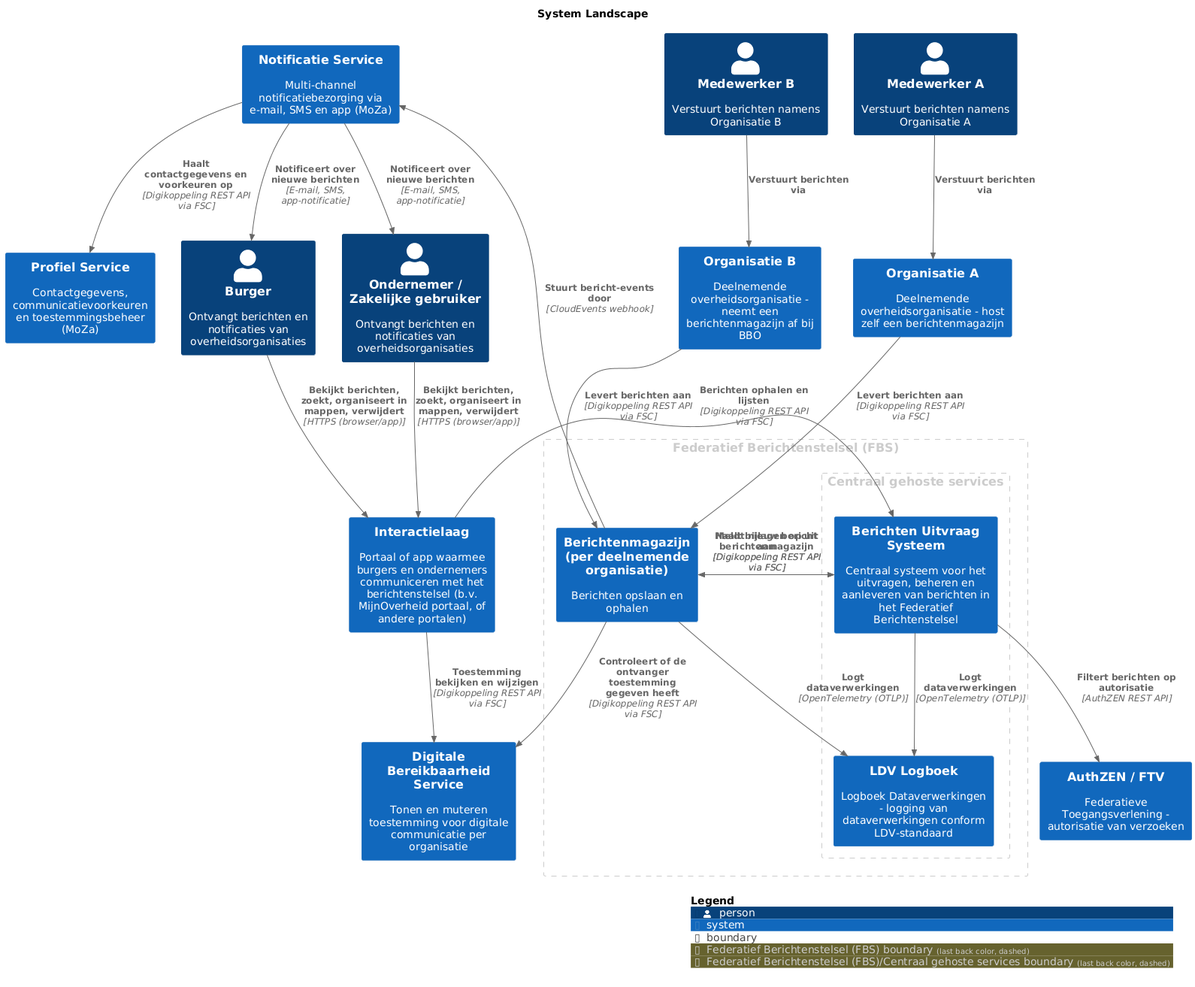
Earlier version of the PlantUML export master/png/SystemLandscape.png (MinBZK/moza-poc-fbs-berichtenbox).
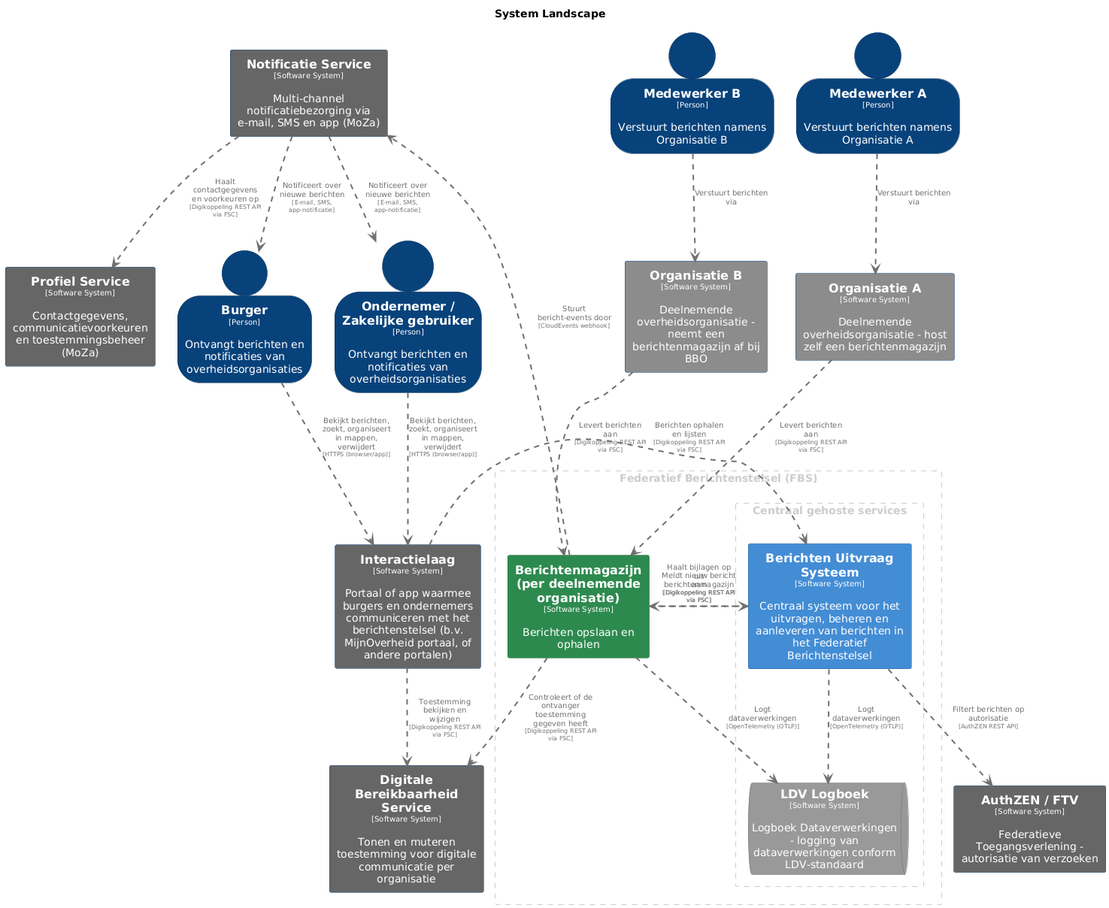
The same file after the commit.

Change to the diagram source:
```diff
@@ -3,51 +3,148 @@
 title System Landscape
 
 top to bottom direction
+skinparam ranksep 60
+skinparam nodesep 30
 
-!include <C4/C4>
-!include <C4/C4_Context>
+skinparam {
+  arrowFontSize 10
+  defaultTextAlignment center
+  wrapWidth 200
+  maxMessageSize 100
+}
 
-AddBoundaryTag("Federatief Berichtenstelsel (FBS)", $borderColor="#cccccc", $fontColor="#cccccc", $borderStyle="dashed")
-Boundary(group_1, "Federatief Berichtenstelsel (FBS)", $tags="Federatief Berichtenstelsel (FBS)") {
-  System(Berichtenmagazijnperdeelnemendeorganisatie, "Berichtenmagazijn (per deelnemende organisatie)", $descr="Berichten opslaan en ophalen", $tags="", $link="")
-    AddBoundaryTag("Federatief Berichtenstelsel (FBS)/Centraal gehoste services", $borderColor="#cccccc", $fontColor="#cccccc", $borderStyle="dashed")
-    Boundary(group_2, "Centraal gehoste services", $tags="Federatief Berichtenstelsel (FBS)/Centraal gehoste services") {
-      System(BerichtenUitvraagSysteem, "Berichten Uitvraag Systeem", $descr="Centraal systeem voor het uitvragen, beheren en aanleveren van berichten in het Federatief Berichtenstelsel", $tags="", $link="")
-      System(LDVLogboek, "LDV Logboek", $descr="Logboek Dataverwerkingen - logging van dataverwerkingen conform LDV-standaard", $tags="", $link="")
+hide stereotype
+
+skinparam rectangle<<AuthZENFTV>> {
+  BackgroundColor #666666
+  FontColor #ffffff
+  BorderColor #0b4884
+  shadowing false
+}
+skinparam rectangle<<BerichtenUitvraagSysteem>> {
+  BackgroundColor #438dd5
+  FontColor #ffffff
+  BorderColor #2e6295
+  shadowing false
+}
+skinparam rectangle<<Berichtenmagazijnperdeelnemendeorganisatie>> {
+  BackgroundColor #2d8a4e
+  FontColor #ffffff
+  BorderColor #1e6b38
+  shadowing false
+}
+skinparam person<<Burger>> {
+  BackgroundColor #08427b
+  FontColor #ffffff
+  BorderColor #052e56
+  shadowing false
+}
+skinparam rectangle<<DigitaleBereikbaarheidService>> {
+  BackgroundColor #666666
+  FontColor #ffffff
+  BorderColor #0b4884
+  shadowing false
+}
+skinparam rectangle<<Interactielaag>> {
+  BackgroundColor #666666
+  FontColor #ffffff
+  BorderColor #0b4884
+  shadowing false
+}
+skinparam queue<<LDVLogboek>> {
+  BackgroundColor #999999
+  FontColor #ffffff
+  BorderColor #6b6b6b
+  shadowing false
+}
+skinparam person<<MedewerkerA>> {
+  BackgroundColor #08427b
+  FontColor #ffffff
+  BorderColor #052e56
+  shadowing false
+}
+skinparam person<<MedewerkerB>> {
+  BackgroundColor #08427b
+  FontColor #ffffff
+  BorderColor #052e56
+  shadowing false
+}
+skinparam rectangle<<NotificatieService>> {
+  BackgroundColor #666666
+  FontColor #ffffff
+  BorderColor #0b4884
+  shadowing false
+}
+skinparam person<<OndernemerZakelijkegebruiker>> {
+  BackgroundColor #08427b
+  FontColor #ffffff
+  BorderColor #052e56
+  shadowing false
+}
+skinparam rectangle<<OrganisatieA>> {
+  BackgroundColor #8c8c8c
+  FontColor #ffffff
+  BorderColor #0b4884
+  shadowing false
+}
+skinparam rectangle<<OrganisatieB>> {
+  BackgroundColor #8c8c8c
+  FontColor #ffffff
+  BorderColor #0b4884
+  shadowing false
+}
+skinparam rectangle<<ProfielService>> {
+  BackgroundColor #666666
+  FontColor #ffffff
+  BorderColor #0b4884
+  shadowing false
+}
+
+rectangle "Federatief Berichtenstelsel (FBS)" <<group1>> as group1 {
+  skinparam RectangleBorderColor<<group1>> #cccccc
+  skinparam RectangleFontColor<<group1>> #cccccc
+  skinparam RectangleBorderStyle<<group1>> dashed
+
+  rectangle "==Berichtenmagazijn (per deelnemende organisatie)\n<size:10>[Software System]</size>\n\nBerichten opslaan en ophalen" <<Berichtenmagazijnperdeelnemendeorganisatie>> as Berichtenmagazijnperdeelnemendeorganisatie
+    rectangle "Centraal gehoste services" <<group2>> as group2 {
+      skinparam RectangleBorderColor<<group2>> #cccccc
+      skinparam RectangleFontColor<<group2>> #cccccc
+      skinparam RectangleBorderStyle<<group2>> dashed
+
+      rectangle "==Berichten Uitvraag Systeem\n<size:10>[Software System]</size>\n\nCentraal systeem voor het uitvragen, beheren en aanleveren van berichten in het Federatief Berichtenstelsel" <<BerichtenUitvraagSysteem>> as BerichtenUitvraagSysteem
+      queue "==LDV Logboek\n<size:10>[Software System]</size>\n\nLogboek Dataverwerkingen - logging van dataverwerkingen conform LDV-standaard" <<LDVLogboek>> as LDVLogboek
     }
 
 }
 
-Person(Burger, "Burger", $descr="Ontvangt berichten en notificaties van overheidsorganisaties", $tags="", $link="")
-System(OrganisatieA, "Organisatie A", $descr="Deelnemende overheidsorganisatie - host zelf een berichtenmagazijn", $tags="", $link="")
-System(OrganisatieB, "Organisatie B", $descr="Deelnemende overheidsorganisatie - neemt een berichtenmagazijn af bij BBO", $tags="", $link="")
-Person(OndernemerZakelijkegebruiker, "Ondernemer / Zakelijke gebruiker", $descr="Ontvangt berichten en notificaties van overheidsorganisaties", $tags="", $link="")
-Person(MedewerkerA, "Medewerker A", $descr="Verstuurt berichten namens Organisatie A", $tags="", $link="")
-Person(MedewerkerB, "Medewerker B", $descr="Verstuurt berichten namens Organisatie B", $tags="", $link="")
-System(AuthZENFTV, "AuthZEN / FTV", $descr="Federatieve Toegangsverlening - autorisatie van verzoeken", $tags="", $link="")
-System(ProfielService, "Profiel Service", $descr="Contactgegevens, communicatievoorkeuren en toestemmingsbeheer (MoZa)", $tags="", $link="")
-System(NotificatieService, "Notificatie Service", $descr="Multi-channel notificatiebezorging via e-mail, SMS en app (MoZa)", $tags="", $link="")
-System(DigitaleBereikbaarheidService, "Digitale Bereikbaarheid Service", $descr="Tonen en muteren toestemming voor digitale communicatie per organisatie", $tags="", $link="")
-System(Interactielaag, "Interactielaag", $descr="Portaal of app waarmee burgers en ondernemers communiceren met het berichtenstelsel (b.v. MijnOverheid portaal, of andere portalen)", $tags="", $link="")
+person "==Burger\n<size:10>[Person]</size>\n\nOntvangt berichten en notificaties van overheidsorganisaties" <<Burger>> as Burger
+rectangle "==Organisatie A\n<size:10>[Software System]</size>\n\nDeelnemende overheidsorganisatie - host zelf een berichtenmagazijn" <<OrganisatieA>> as OrganisatieA
+rectangle "==Organisatie B\n<size:10>[Software System]</size>\n\nDeelnemende overheidsorganisatie - neemt een berichtenmagazijn af bij BBO" <<OrganisatieB>> as OrganisatieB
+person "==Ondernemer / Zakelijke gebruiker\n<size:10>[Person]</size>\n\nOntvangt berichten en notificaties van overheidsorganisaties" <<OndernemerZakelijkegebruiker>> as OndernemerZakelijkegebruiker
+person "==Medewerker A\n<size:10>[Person]</size>\n\nVerstuurt berichten namens Organisatie A" <<MedewerkerA>> as MedewerkerA
+person "==Medewerker B\n<size:10>[Person]</size>\n\nVerstuurt berichten namens Organisatie B" <<MedewerkerB>> as MedewerkerB
+rectangle "==AuthZEN / FTV\n<size:10>[Software System]</size>\n\nFederatieve Toegangsverlening - autorisatie van verzoeken" <<AuthZENFTV>> as AuthZENFTV
+rectangle "==Profiel Service\n<size:10>[Software System]</size>\n\nContactgegevens, communicatievoorkeuren en toestemmingsbeheer (MoZa)" <<ProfielService>> as ProfielService
+rectangle "==Notificatie Service\n<size:10>[Software System]</size>\n\nMulti-channel notificatiebezorging via e-mail, SMS en app (MoZa)" <<NotificatieService>> as NotificatieService
+rectangle "==Digitale Bereikbaarheid Service\n<size:10>[Software System]</size>\n\nTonen en muteren toestemming voor digitale communicatie per organisatie" <<DigitaleBereikbaarheidService>> as DigitaleBereikbaarheidService
+rectangle "==Interactielaag\n<size:10>[Software System]</size>\n\nPortaal of app waarmee burgers en ondernemers communiceren met het berichtenstelsel (b.v. MijnOverheid portaal, of andere portalen)" <<Interactielaag>> as Interactielaag
 
-Rel(BerichtenUitvraagSysteem, LDVLogboek, "Logt dataverwerkingen", $techn="OpenTelemetry (OTLP)", $tags="", $link="")
-Rel(MedewerkerA, OrganisatieA, "Verstuurt berichten via", $techn="", $tags="", $link="")
-Rel(MedewerkerB, OrganisatieB, "Verstuurt berichten via", $techn="", $tags="", $link="")
-Rel(Burger, Interactielaag, "Bekijkt berichten, zoekt, organiseert in mappen, verwijdert", $techn="HTTPS (browser/app)", $tags="", $link="")
-Rel(OndernemerZakelijkegebruiker, Interactielaag, "Bekijkt berichten, zoekt, organiseert in mappen, verwijdert", $techn="HTTPS (browser/app)", $tags="", $link="")
-Rel(NotificatieService, Burger, "Notificeert over nieuwe berichten", $techn="E-mail, SMS, app-notificatie", $tags="", $link="")
-Rel(NotificatieService, OndernemerZakelijkegebruiker, "Notificeert over nieuwe berichten", $techn="E-mail, SMS, app-notificatie", $tags="", $link="")
-Rel(Interactielaag, BerichtenUitvraagSysteem, "Berichten ophalen en lijsten", $techn="Digikoppeling REST API via FSC", $tags="", $link="")
-Rel(Interactielaag, DigitaleBereikbaarheidService, "Toestemming bekijken en wijzigen", $techn="Digikoppeling REST API via FSC", $tags="", $link="")
-Rel(BerichtenUitvraagSysteem, Berichtenmagazijnperdeelnemendeorganisatie, "Haalt bijlagen op uit berichtenmagazijn", $techn="Digikoppeling REST API via FSC", $tags="", $link="")
-Rel(Berichtenmagazijnperdeelnemendeorganisatie, BerichtenUitvraagSysteem, "Meldt nieuw bericht aan", $techn="Digikoppeling REST API via FSC", $tags="", $link="")
-Rel(Berichtenmagazijnperdeelnemendeorganisatie, NotificatieService, "Stuurt bericht-events door", $techn="CloudEvents webhook", $tags="", $link="")
-Rel(NotificatieService, ProfielService, "Haalt contactgegevens en voorkeuren op", $techn="Digikoppeling REST API via FSC", $tags="", $link="")
-Rel(OrganisatieA, Berichtenmagazijnperdeelnemendeorganisatie, "Levert berichten aan", $techn="Digikoppeling REST API via FSC", $tags="", $link="")
-Rel(OrganisatieB, Berichtenmagazijnperdeelnemendeorganisatie, "Levert berichten aan", $techn="Digikoppeling REST API via FSC", $tags="", $link="")
-Rel(Berichtenmagazijnperdeelnemendeorganisatie, DigitaleBereikbaarheidService, "Controleert of de ontvanger toestemming gegeven heeft", $techn="Digikoppeling REST API via FSC", $tags="", $link="")
-Rel(BerichtenUitvraagSysteem, AuthZENFTV, "Filtert berichten op autorisatie", $techn="AuthZEN REST API", $tags="", $link="")
-Rel(Berichtenmagazijnperdeelnemendeorganisatie, LDVLogboek, "Logt dataverwerkingen", $techn="OpenTelemetry (OTLP)", $tags="", $link="")
-
-SHOW_LEGEND(true)
+BerichtenUitvraagSysteem .[#707070,thickness=2].> LDVLogboek : "<color:#707070>Logt dataverwerkingen\n<color:#707070><size:8>[OpenTelemetry (OTLP)]</size>"
+MedewerkerA .[#707070,thickness=2].> OrganisatieA : "<color:#707070>Verstuurt berichten via"
+MedewerkerB .[#707070,thickness=2].> OrganisatieB : "<color:#707070>Verstuurt berichten via"
+Burger .[#707070,thickness=2].> Interactielaag : "<color:#707070>Bekijkt berichten, zoekt, organiseert in mappen, verwijdert\n<color:#707070><size:8>[HTTPS (browser/app)]</size>"
+OndernemerZakelijkegebruiker .[#707070,thickness=2].> Interactielaag : "<color:#707070>Bekijkt berichten, zoekt, organiseert in mappen, verwijdert\n<color:#707070><size:8>[HTTPS (browser/app)]</size>"
+NotificatieService .[#707070,thickness=2].> Burger : "<color:#707070>Notificeert over nieuwe berichten\n<color:#707070><size:8>[E-mail, SMS, app-notificatie]</size>"
+NotificatieService .[#707070,thickness=2].> OndernemerZakelijkegebruiker : "<color:#707070>Notificeert over nieuwe berichten\n<color:#707070><size:8>[E-mail, SMS, app-notificatie]</size>"
+Interactielaag .[#707070,thickness=2].> BerichtenUitvraagSysteem : "<color:#707070>Berichten ophalen en lijsten\n<color:#707070><size:8>[Digikoppeling REST API via FSC]</size>"
+Interactielaag .[#707070,thickness=2].> DigitaleBereikbaarheidService : "<color:#707070>Toestemming bekijken en wijzigen\n<color:#707070><size:8>[Digikoppeling REST API via FSC]</size>"
+BerichtenUitvraagSysteem .[#707070,thickness=2].> Berichtenmagazijnperdeelnemendeorganisatie : "<color:#707070>Haalt bijlagen op uit berichtenmagazijn\n<color:#707070><size:8>[Digikoppeling REST API via FSC]</size>"
+Berichtenmagazijnperdeelnemendeorganisatie .[#707070,thickness=2].> BerichtenUitvraagSysteem : "<color:#707070>Meldt nieuw bericht aan\n<color:#707070><size:8>[Digikoppeling REST API via FSC]</size>"
+Berichtenmagazijnperdeelnemendeorganisatie .[#707070,thickness=2].> NotificatieService : "<color:#707070>Stuurt bericht-events door\n<color:#707070><size:8>[CloudEvents webhook]</size>"
+NotificatieService .[#707070,thickness=2].> ProfielService : "<color:#707070>Haalt contactgegevens en voorkeuren op\n<color:#707070><size:8>[Digikoppeling REST API via FSC]</size>"
+OrganisatieA .[#707070,thickness=2].> Berichtenmagazijnperdeelnemendeorganisatie : "<color:#707070>Levert berichten aan\n<color:#707070><size:8>[Digikoppeling REST API via FSC]</size>"
+OrganisatieB .[#707070,thickness=2].> Berichtenmagazijnperdeelnemendeorganisatie : "<color:#707070>Levert berichten aan\n<color:#707070><size:8>[Digikoppeling REST API via FSC]</size>"
+Berichtenmagazijnperdeelnemendeorganisatie .[#707070,thickness=2].> DigitaleBereikbaarheidService : "<color:#707070>Controleert of de ontvanger toestemming gegeven heeft\n<color:#707070><size:8>[Digikoppeling REST API via FSC]</size>"
+BerichtenUitvraagSysteem .[#707070,thickness=2].> AuthZENFTV : "<color:#707070>Filtert berichten op autorisatie\n<color:#707070><size:8>[AuthZEN REST API]</size>"
+Berichtenmagazijnperdeelnemendeorganisatie .[#707070,thickness=2].> LDVLogboek : "<color:#707070>Logt dataverwerkingen\n<color:#707070><size:8>[OpenTelemetry (OTLP)]</size>"
 @enduml
```
